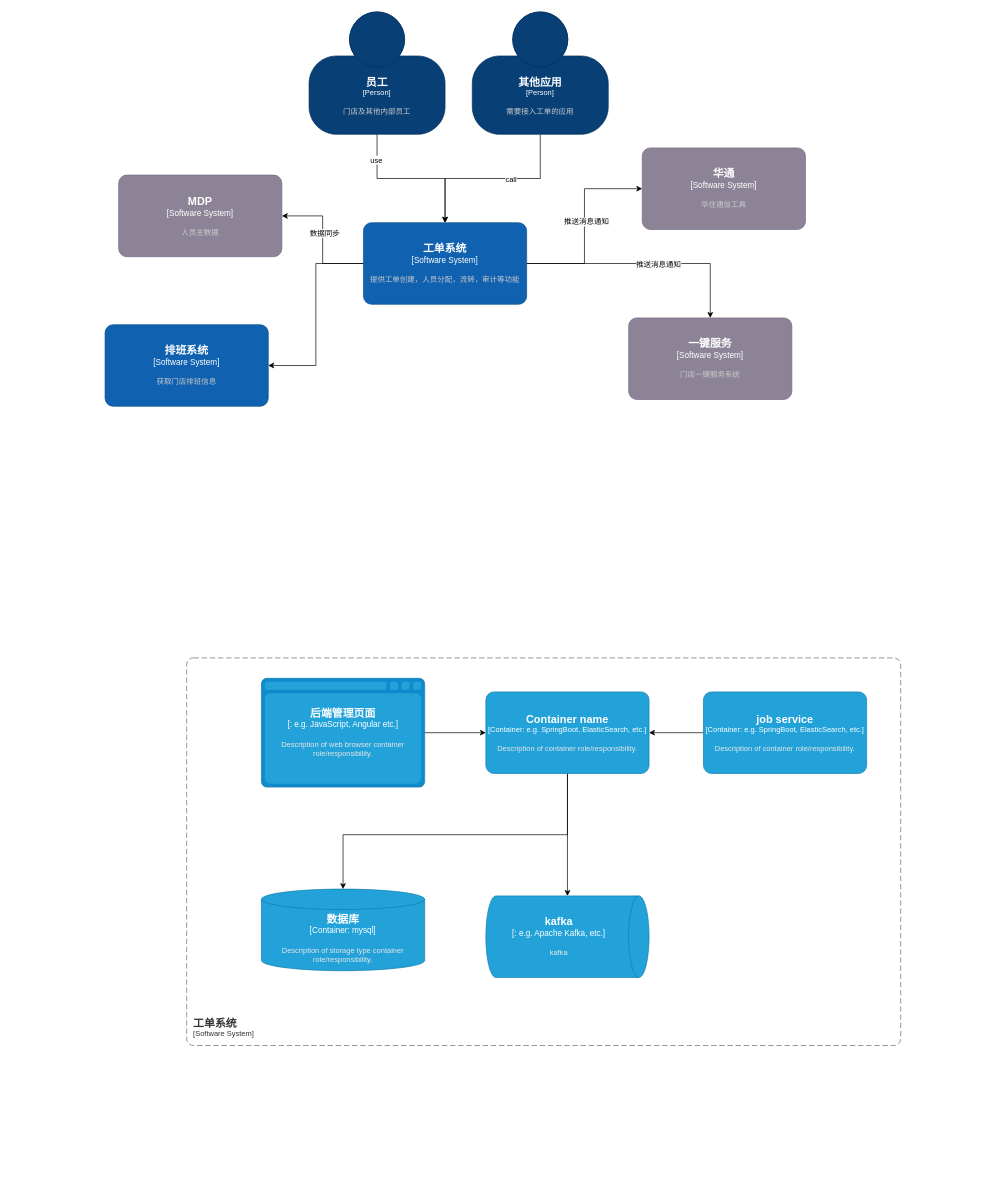
Before: 工单系统.drawio in letianyuweng/arch, a draw.io diagram. Source tidied: cells renumbered, new cells numbered last; positions are measured from the earlier drawing's top-left corner, leaving out a move shared by most shapes. Both pictures are drawn from the tidied source at 68%, with x=0, y=0 at pixel (105, 12).
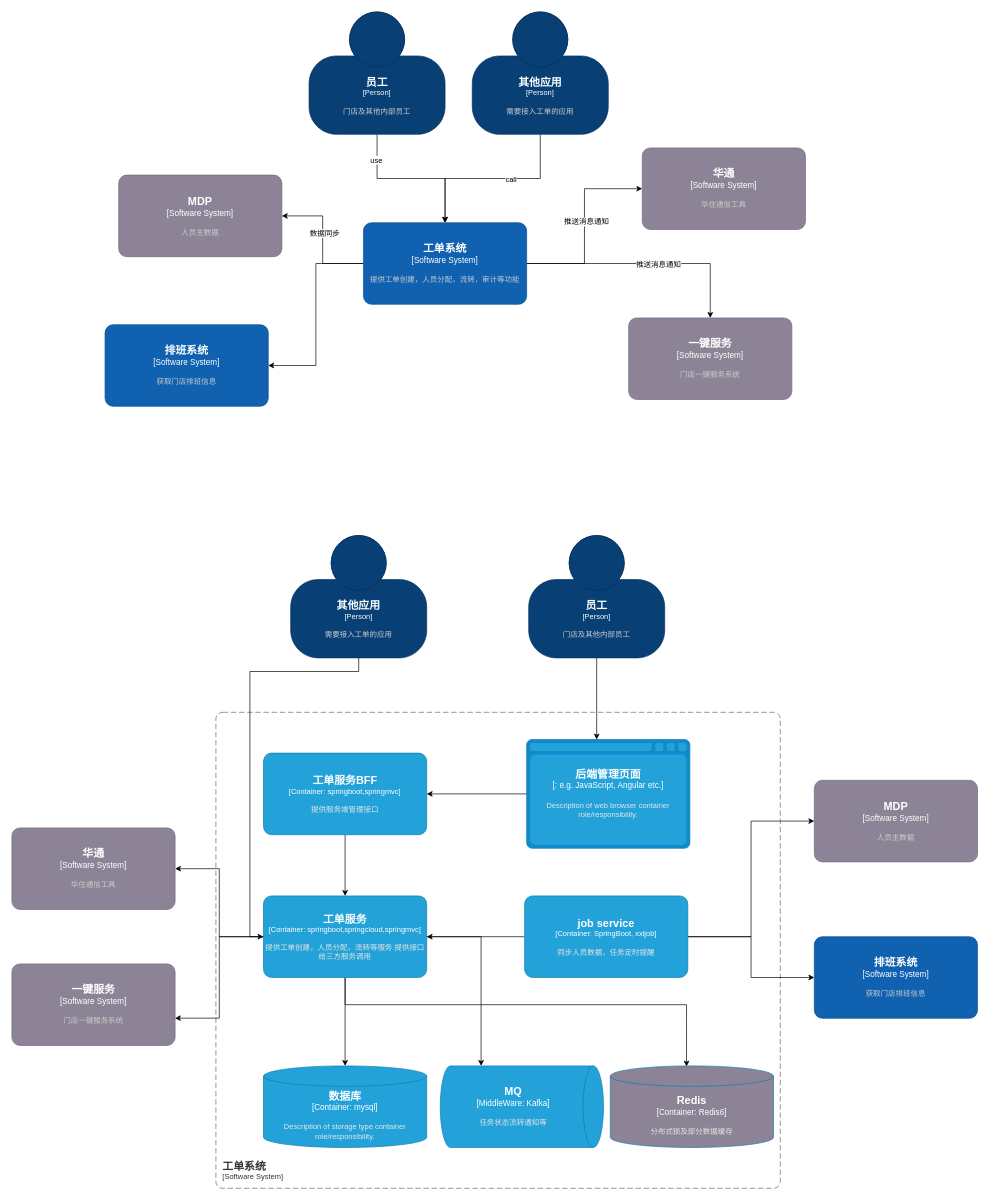
The same page after the edit.

Commit message (it also covers changes not shown here):
更新工单系统.drawio

What changed in the source:
```diff
@@
     <object id="20" label="&lt;font style=&quot;font-size: 16px&quot;&gt;&lt;b&gt;&lt;div style=&quot;text-align: left&quot;&gt;%c4Name%&lt;/div&gt;&lt;/b&gt;&lt;/font&gt;&lt;div style=&quot;text-align: left&quot;&gt;[%c4Application%]&lt;/div&gt;" c4Application="Software System" c4Name="工单系统" placeholders="1">
       <mxCell style="rounded=1;fontSize=11;whiteSpace=wrap;html=1;dashed=1;arcSize=20;fillColor=none;strokeColor=#666666;fontColor=#333333;labelBackgroundColor=none;align=left;verticalAlign=bottom;labelBorderColor=none;spacingTop=0;spacing=10;dashPattern=8 4;perimeter=rectanglePerimeter;noLabel=0;labelPadding=0;absoluteArcSize=1;" parent="1" vertex="1">
-        <mxGeometry x="120" y="950" width="1050" height="570" as="geometry" />
+        <mxGeometry x="163" y="1030" width="830" height="700" as="geometry" />
       </mxCell>
     </object>
+    <mxCell id="30" style="edgeStyle=orthogonalEdgeStyle;rounded=0;jettySize=auto;html=1;entryX=0.999;entryY=0.665;entryDx=0;entryDy=0;entryPerimeter=0;" parent="1" edge="1" source="23" target="41">
+      <mxGeometry relative="1" as="geometry" />
+    </mxCell>
+    <mxCell id="22" style="edgeStyle=orthogonalEdgeStyle;rounded=0;jettySize=auto;html=1;" parent="1" edge="1" source="23" target="24">
+      <mxGeometry relative="1" as="geometry" />
+    </mxCell>
     <mxCell id="21" style="edgeStyle=orthogonalEdgeStyle;rounded=0;jettySize=auto;html=1;" parent="1" edge="1" source="23" target="25">
-      <mxGeometry relative="1" as="geometry" />
+      <mxGeometry relative="1" as="geometry">
+        <Array as="points">
+          <mxPoint x="553" y="1360" />
+        </Array>
+      </mxGeometry>
     </mxCell>
-    <mxCell id="22" style="edgeStyle=orthogonalEdgeStyle;rounded=0;jettySize=auto;html=1;entryX=0.5;entryY=0;entryDx=0;entryDy=0;entryPerimeter=0;exitX=0.5;exitY=1;exitDx=0;exitDy=0;exitPerimeter=0;" parent="1" edge="1" source="23" target="24">
-      <mxGeometry relative="1" as="geometry">
-        <Array as="points">
-          <mxPoint x="680" y="1210" />
-          <mxPoint x="350" y="1210" />
-        </Array>
-      </mxGeometry>
-    </mxCell>
+    <mxCell id="31" style="edgeStyle=orthogonalEdgeStyle;rounded=0;jettySize=auto;html=1;entryX=1;entryY=0.5;entryDx=0;entryDy=0;entryPerimeter=0;" parent="1" edge="1" source="23" target="40">
+      <mxGeometry relative="1" as="geometry" />
+    </mxCell>
+    <mxCell id="32" style="edgeStyle=orthogonalEdgeStyle;rounded=0;jettySize=auto;html=1;entryX=0.467;entryY=0.008;entryDx=0;entryDy=0;entryPerimeter=0;" parent="1" edge="1" source="23" target="42">
+      <mxGeometry relative="1" as="geometry">
+        <Array as="points">
+          <mxPoint x="353" y="1460" />
+          <mxPoint x="855" y="1460" />
+        </Array>
+      </mxGeometry>
+    </mxCell>
-    <object id="23" label="&lt;font style=&quot;font-size: 16px&quot;&gt;&lt;b&gt;%c4Name%&lt;/b&gt;&lt;/font&gt;&lt;div&gt;[%c4Type%: %c4Technology%]&lt;/div&gt;&lt;br&gt;&lt;div&gt;&lt;font style=&quot;font-size: 11px&quot;&gt;&lt;font color=&quot;#E6E6E6&quot;&gt;%c4Description%&lt;/font&gt;&lt;/div&gt;" c4Description="Description of container role/responsibility." c4Name="Container name" c4Technology="e.g. SpringBoot, ElasticSearch, etc." c4Type="Container" placeholders="1">
+    <object id="23" label="&lt;font style=&quot;font-size: 16px&quot;&gt;&lt;b&gt;%c4Name%&lt;/b&gt;&lt;/font&gt;&lt;div&gt;[%c4Type%: %c4Technology%]&lt;/div&gt;&lt;br&gt;&lt;div&gt;&lt;font style=&quot;font-size: 11px&quot;&gt;&lt;font color=&quot;#E6E6E6&quot;&gt;%c4Description%&lt;/font&gt;&lt;/div&gt;" c4Description="提供工单创建，人员分配，流转等服务.提供接口给三方服务调用" c4Name="工单服务" c4Technology="springboot,springcloud,springmvc" c4Type="Container" placeholders="1">
       <mxCell style="rounded=1;whiteSpace=wrap;html=1;fontSize=11;labelBackgroundColor=none;fillColor=#23A2D9;fontColor=#ffffff;align=center;arcSize=10;strokeColor=#0E7DAD;points=[[0.25,0,0],[0.5,0,0],[0.75,0,0],[1,0.25,0],[1,0.5,0],[1,0.75,0],[0.75,1,0],[0.5,1,0],[0.25,1,0],[0,0.75,0],[0,0.5,0],[0,0.25,0]];" parent="1" vertex="1">
-        <mxGeometry x="560" y="1000" width="240" height="120" as="geometry" />
+        <mxGeometry x="233" y="1300" width="240" height="120" as="geometry" />
       </mxCell>
     </object>
     <object id="24" label="&lt;font style=&quot;font-size: 16px&quot;&gt;&lt;b&gt;%c4Type%&lt;/b&gt;&lt;/font&gt;&lt;div&gt;[%c4Container%:&amp;nbsp;%c4Technology%]&lt;/div&gt;&lt;br&gt;&lt;div&gt;&lt;font style=&quot;font-size: 11px&quot;&gt;&lt;font color=&quot;#E6E6E6&quot;&gt;%c4Description%&lt;/font&gt;&lt;/div&gt;" c4Container="Container" c4Description="Description of storage type container role/responsibility." c4Technology="mysql" c4Type="数据库" placeholders="1">
       <mxCell style="shape=cylinder3;size=15;whiteSpace=wrap;html=1;boundedLbl=1;rounded=0;labelBackgroundColor=none;fillColor=#23A2D9;fontSize=12;fontColor=#ffffff;align=center;strokeColor=#0E7DAD;points=[[0.5,0,0],[1,0.25,0],[1,0.5,0],[1,0.75,0],[0.5,1,0],[0,0.75,0],[0,0.5,0],[0,0.25,0]];" parent="1" vertex="1">
-        <mxGeometry x="230" y="1290" width="240" height="120" as="geometry" />
+        <mxGeometry x="233" y="1550" width="240" height="120" as="geometry" />
       </mxCell>
     </object>
-    <object id="25" label="&lt;font style=&quot;font-size: 16px&quot;&gt;&lt;b&gt;%c4Type%&lt;/b&gt;&lt;/font&gt;&lt;div&gt;[%c4Container%:&amp;nbsp;%c4Technology%]&lt;/div&gt;&lt;br&gt;&lt;div&gt;&lt;font style=&quot;font-size: 11px&quot;&gt;&lt;font color=&quot;#E6E6E6&quot;&gt;%c4Description%&lt;/font&gt;&lt;/div&gt;" c4Container="" c4Description="kafka" c4Technology="e.g. Apache Kafka, etc." c4Type="kafka" placeholders="1">
+    <object id="25" label="&lt;font style=&quot;font-size: 16px&quot;&gt;&lt;b&gt;%c4Type%&lt;/b&gt;&lt;/font&gt;&lt;div&gt;[%c4Container%:&amp;nbsp;%c4Technology%]&lt;/div&gt;&lt;br&gt;&lt;div&gt;&lt;font style=&quot;font-size: 11px&quot;&gt;&lt;font color=&quot;#E6E6E6&quot;&gt;%c4Description%&lt;/font&gt;&lt;/div&gt;" c4Container="MiddleWare" c4Description="任务状态流转通知等" c4Technology="Kafka" c4Type="MQ" placeholders="1">
       <mxCell style="shape=cylinder3;size=15;direction=south;whiteSpace=wrap;html=1;boundedLbl=1;rounded=0;labelBackgroundColor=none;fillColor=#23A2D9;fontSize=12;fontColor=#ffffff;align=center;strokeColor=#0E7DAD;points=[[0.5,0,0],[1,0.25,0],[1,0.5,0],[1,0.75,0],[0.5,1,0],[0,0.75,0],[0,0.5,0],[0,0.25,0]];" parent="1" vertex="1">
-        <mxGeometry x="560" y="1300" width="240" height="120" as="geometry" />
+        <mxGeometry x="493" y="1550" width="240" height="120" as="geometry" />
       </mxCell>
     </object>
-    <mxCell id="26" style="edgeStyle=orthogonalEdgeStyle;rounded=0;jettySize=auto;html=1;entryX=0;entryY=0.5;entryDx=0;entryDy=0;entryPerimeter=0;" parent="1" edge="1" source="27" target="23">
-      <mxGeometry relative="1" as="geometry" />
-    </mxCell>
+    <mxCell id="33" style="edgeStyle=orthogonalEdgeStyle;rounded=0;jettySize=auto;html=1;entryX=1;entryY=0.5;entryDx=0;entryDy=0;entryPerimeter=0;" parent="1" edge="1" source="27" target="38">
+      <mxGeometry relative="1" as="geometry" />
+    </mxCell>
     <object id="27" label="&lt;font style=&quot;font-size: 16px&quot;&gt;&lt;b&gt;%c4Type%&lt;/b&gt;&lt;/font&gt;&lt;div&gt;[%c4Container%:&amp;nbsp;%c4Technology%]&lt;/div&gt;&lt;br&gt;&lt;div&gt;&lt;font style=&quot;font-size: 11px&quot;&gt;&lt;font color=&quot;#E6E6E6&quot;&gt;%c4Description%&lt;/font&gt;&lt;/div&gt;" c4Container="" c4Description="Description of web browser container role/responsibility." c4Technology="e.g. JavaScript, Angular etc." c4Type="后端管理页面" placeholders="1">
       <mxCell style="shape=mxgraph.c4.webBrowserContainer2;whiteSpace=wrap;html=1;boundedLbl=1;rounded=0;labelBackgroundColor=none;strokeColor=#118ACD;fillColor=#23A2D9;strokeColor=#118ACD;strokeColor2=#0E7DAD;fontSize=12;fontColor=#ffffff;align=center;points=[[0.5,0,0],[1,0.25,0],[1,0.5,0],[1,0.75,0],[0.5,1,0],[0,0.75,0],[0,0.5,0],[0,0.25,0]];" parent="1" vertex="1">
-        <mxGeometry x="230" y="980" width="240" height="160" as="geometry" />
+        <mxGeometry x="620" y="1070" width="240" height="160" as="geometry" />
       </mxCell>
     </object>
+    <mxCell id="34" style="edgeStyle=orthogonalEdgeStyle;rounded=0;jettySize=auto;html=1;entryX=0;entryY=0.5;entryDx=0;entryDy=0;entryPerimeter=0;" parent="1" edge="1" source="29" target="36">
+      <mxGeometry relative="1" as="geometry" />
+    </mxCell>
+    <mxCell id="35" style="edgeStyle=orthogonalEdgeStyle;rounded=0;jettySize=auto;html=1;entryX=0;entryY=0.5;entryDx=0;entryDy=0;entryPerimeter=0;" parent="1" edge="1" source="29" target="39">
+      <mxGeometry relative="1" as="geometry" />
+    </mxCell>
@@
-    <object id="29" label="&lt;font style=&quot;font-size: 16px&quot;&gt;&lt;b&gt;%c4Name%&lt;/b&gt;&lt;/font&gt;&lt;div&gt;[%c4Type%: %c4Technology%]&lt;/div&gt;&lt;br&gt;&lt;div&gt;&lt;font style=&quot;font-size: 11px&quot;&gt;&lt;font color=&quot;#E6E6E6&quot;&gt;%c4Description%&lt;/font&gt;&lt;/div&gt;" c4Description="Description of container role/responsibility." c4Name="job service" c4Technology="e.g. SpringBoot, ElasticSearch, etc." c4Type="Container" placeholders="1">
+    <object id="29" label="&lt;font style=&quot;font-size: 16px&quot;&gt;&lt;b&gt;%c4Name%&lt;/b&gt;&lt;/font&gt;&lt;div&gt;[%c4Type%: %c4Technology%]&lt;/div&gt;&lt;br&gt;&lt;div&gt;&lt;font style=&quot;font-size: 11px&quot;&gt;&lt;font color=&quot;#E6E6E6&quot;&gt;%c4Description%&lt;/font&gt;&lt;/div&gt;" c4Description="同步人员数据，任务定时提醒" c4Name="job service" c4Technology="SpringBoot, xxljob" c4Type="Container" placeholders="1">
       <mxCell style="rounded=1;whiteSpace=wrap;html=1;fontSize=11;labelBackgroundColor=none;fillColor=#23A2D9;fontColor=#ffffff;align=center;arcSize=10;strokeColor=#0E7DAD;points=[[0.25,0,0],[0.5,0,0],[0.75,0,0],[1,0.25,0],[1,0.5,0],[1,0.75,0],[0.75,1,0],[0.5,1,0],[0.25,1,0],[0,0.75,0],[0,0.5,0],[0,0.25,0]];" parent="1" vertex="1">
-        <mxGeometry x="880" y="1000" width="240" height="120" as="geometry" />
+        <mxGeometry x="617" y="1300" width="240" height="120" as="geometry" />
       </mxCell>
     </object>
+    <object id="36" label="&lt;font style=&quot;font-size: 16px&quot;&gt;&lt;b&gt;%c4Name%&lt;/b&gt;&lt;/font&gt;&lt;div&gt;[%c4Type%]&lt;/div&gt;&lt;br&gt;&lt;div&gt;&lt;font style=&quot;font-size: 11px&quot;&gt;&lt;font color=&quot;#cccccc&quot;&gt;%c4Description%&lt;/font&gt;&lt;/div&gt;" c4Description="人员主数据" c4Name="MDP" c4Type="Software System" placeholders="1">
+      <mxCell style="rounded=1;whiteSpace=wrap;html=1;labelBackgroundColor=none;fillColor=#8C8496;fontColor=#ffffff;align=center;arcSize=10;strokeColor=#736782;points=[[0.25,0,0],[0.5,0,0],[0.75,0,0],[1,0.25,0],[1,0.5,0],[1,0.75,0],[0.75,1,0],[0.5,1,0],[0.25,1,0],[0,0.75,0],[0,0.5,0],[0,0.25,0]];" parent="1" vertex="1">
+        <mxGeometry x="1043" y="1130" width="240" height="120" as="geometry" />
+      </mxCell>
+    </object>
+    <mxCell id="37" style="edgeStyle=orthogonalEdgeStyle;rounded=0;jettySize=auto;html=1;entryX=0.5;entryY=0;entryDx=0;entryDy=0;entryPerimeter=0;" parent="1" edge="1" source="38" target="23">
+      <mxGeometry relative="1" as="geometry" />
+    </mxCell>
+    <object id="38" label="&lt;font style=&quot;font-size: 16px&quot;&gt;&lt;b&gt;%c4Name%&lt;/b&gt;&lt;/font&gt;&lt;div&gt;[%c4Type%: %c4Technology%]&lt;/div&gt;&lt;br&gt;&lt;div&gt;&lt;font style=&quot;font-size: 11px&quot;&gt;&lt;font color=&quot;#E6E6E6&quot;&gt;%c4Description%&lt;/font&gt;&lt;/div&gt;" c4Description="提供服务端管理接口" c4Name="工单服务BFF" c4Technology="springboot,springmvc" c4Type="Container" placeholders="1">
+      <mxCell style="rounded=1;whiteSpace=wrap;html=1;fontSize=11;labelBackgroundColor=none;fillColor=#23A2D9;fontColor=#ffffff;align=center;arcSize=10;strokeColor=#0E7DAD;points=[[0.25,0,0],[0.5,0,0],[0.75,0,0],[1,0.25,0],[1,0.5,0],[1,0.75,0],[0.75,1,0],[0.5,1,0],[0.25,1,0],[0,0.75,0],[0,0.5,0],[0,0.25,0]];" parent="1" vertex="1">
+        <mxGeometry x="233" y="1090" width="240" height="120" as="geometry" />
+      </mxCell>
+    </object>
+    <object id="39" label="&lt;font style=&quot;font-size: 16px&quot;&gt;&lt;b&gt;%c4Name%&lt;/b&gt;&lt;/font&gt;&lt;div&gt;[%c4Type%]&lt;/div&gt;&lt;br&gt;&lt;div&gt;&lt;font style=&quot;font-size: 11px&quot;&gt;&lt;font color=&quot;#cccccc&quot;&gt;%c4Description%&lt;/font&gt;&lt;/div&gt;" c4Description="获取门店排班信息" c4Name="排班系统" c4Type="Software System" placeholders="1">
+      <mxCell style="rounded=1;whiteSpace=wrap;html=1;labelBackgroundColor=none;fillColor=#1061B0;fontColor=#ffffff;align=center;arcSize=10;strokeColor=#0D5091;points=[[0.25,0,0],[0.5,0,0],[0.75,0,0],[1,0.25,0],[1,0.5,0],[1,0.75,0],[0.75,1,0],[0.5,1,0],[0.25,1,0],[0,0.75,0],[0,0.5,0],[0,0.25,0]];" parent="1" vertex="1">
+        <mxGeometry x="1043" y="1360" width="240" height="120" as="geometry" />
+      </mxCell>
+    </object>
+    <object id="40" label="&lt;font style=&quot;font-size: 16px&quot;&gt;&lt;b&gt;%c4Name%&lt;/b&gt;&lt;/font&gt;&lt;div&gt;[%c4Type%]&lt;/div&gt;&lt;br&gt;&lt;div&gt;&lt;font style=&quot;font-size: 11px&quot;&gt;&lt;font color=&quot;#cccccc&quot;&gt;%c4Description%&lt;/font&gt;&lt;/div&gt;" c4Description="华住通信工具" c4Name="华通" c4Type="Software System" placeholders="1">
+      <mxCell style="rounded=1;whiteSpace=wrap;html=1;labelBackgroundColor=none;fillColor=#8C8496;fontColor=#ffffff;align=center;arcSize=10;strokeColor=#736782;points=[[0.25,0,0],[0.5,0,0],[0.75,0,0],[1,0.25,0],[1,0.5,0],[1,0.75,0],[0.75,1,0],[0.5,1,0],[0.25,1,0],[0,0.75,0],[0,0.5,0],[0,0.25,0]];" parent="1" vertex="1">
+        <mxGeometry x="-137" y="1200" width="240" height="120" as="geometry" />
+      </mxCell>
+    </object>
+    <object id="41" label="&lt;font style=&quot;font-size: 16px&quot;&gt;&lt;b&gt;%c4Name%&lt;/b&gt;&lt;/font&gt;&lt;div&gt;[%c4Type%]&lt;/div&gt;&lt;br&gt;&lt;div&gt;&lt;font style=&quot;font-size: 11px&quot;&gt;&lt;font color=&quot;#cccccc&quot;&gt;%c4Description%&lt;/font&gt;&lt;/div&gt;" c4Description="门店一键服务系统" c4Name="一键服务" c4Type="Software System" placeholders="1">
+      <mxCell style="rounded=1;whiteSpace=wrap;html=1;labelBackgroundColor=none;fillColor=#8C8496;fontColor=#ffffff;align=center;arcSize=10;strokeColor=#736782;points=[[0.25,0,0],[0.5,0,0],[0.75,0,0],[1,0.25,0],[1,0.5,0],[1,0.75,0],[0.75,1,0],[0.5,1,0],[0.25,1,0],[0,0.75,0],[0,0.5,0],[0,0.25,0]];" parent="1" vertex="1">
+        <mxGeometry x="-137" y="1400" width="240" height="120" as="geometry" />
+      </mxCell>
+    </object>
+    <object id="42" label="&lt;font style=&quot;font-size: 16px&quot;&gt;&lt;b&gt;%c4Type%&lt;/b&gt;&lt;/font&gt;&lt;div&gt;[%c4Container%:&amp;nbsp;%c4Technology%]&lt;/div&gt;&lt;br&gt;&lt;div&gt;&lt;font style=&quot;font-size: 11px&quot;&gt;&lt;font color=&quot;#E6E6E6&quot;&gt;%c4Description%&lt;/font&gt;&lt;/div&gt;" c4Container="Container" c4Description="分布式锁及部分数据缓存" c4Technology="Redis6" c4Type="Redis" placeholders="1">
+      <mxCell style="shape=cylinder3;size=15;whiteSpace=wrap;html=1;boundedLbl=1;rounded=0;labelBackgroundColor=none;fillColor=#8C8496;fontSize=12;fontColor=#ffffff;align=center;strokeColor=#0E7DAD;points=[[0.5,0,0],[1,0.25,0],[1,0.5,0],[1,0.75,0],[0.5,1,0],[0,0.75,0],[0,0.5,0],[0,0.25,0]];" parent="1" vertex="1">
+        <mxGeometry x="743" y="1550" width="240" height="120" as="geometry" />
+      </mxCell>
+    </object>
+    <mxCell id="43" style="edgeStyle=orthogonalEdgeStyle;rounded=0;jettySize=auto;html=1;" parent="1" edge="1" source="44">
+      <mxGeometry relative="1" as="geometry">
+        <mxPoint x="723" y="1070" as="targetPoint" />
+      </mxGeometry>
+    </mxCell>
+    <object id="44" label="&lt;font style=&quot;font-size: 16px&quot;&gt;&lt;b&gt;%c4Name%&lt;/b&gt;&lt;/font&gt;&lt;div&gt;[%c4Type%]&lt;/div&gt;&lt;br&gt;&lt;div&gt;&lt;font style=&quot;font-size: 11px&quot;&gt;&lt;font color=&quot;#cccccc&quot;&gt;%c4Description%&lt;/font&gt;&lt;/div&gt;" c4Description="门店及其他内部员工" c4Name="员工" c4Type="Person" placeholders="1">
+      <mxCell style="html=1;fontSize=11;dashed=0;whiteSpace=wrap;fillColor=#083F75;strokeColor=#06315C;fontColor=#ffffff;shape=mxgraph.c4.person2;align=center;points=[[0.5,0,0],[1,0.5,0],[1,0.75,0],[0.75,1,0],[0.5,1,0],[0.25,1,0],[0,0.75,0],[0,0.5,0]];" parent="1" vertex="1">
+        <mxGeometry x="623" y="770" width="200" height="180" as="geometry" />
+      </mxCell>
+    </object>
+    <mxCell id="45" style="edgeStyle=orthogonalEdgeStyle;rounded=0;jettySize=auto;html=1;exitX=0.5;exitY=1;exitDx=0;exitDy=0;exitPerimeter=0;" parent="1" edge="1" source="46" target="23">
+      <mxGeometry relative="1" as="geometry">
+        <Array as="points">
+          <mxPoint x="373" y="970" />
+          <mxPoint x="213" y="970" />
+          <mxPoint x="213" y="1360" />
+        </Array>
+      </mxGeometry>
+    </mxCell>
+    <object id="46" label="&lt;font style=&quot;font-size: 16px&quot;&gt;&lt;b&gt;%c4Name%&lt;/b&gt;&lt;/font&gt;&lt;div&gt;[%c4Type%]&lt;/div&gt;&lt;br&gt;&lt;div&gt;&lt;font style=&quot;font-size: 11px&quot;&gt;&lt;font color=&quot;#cccccc&quot;&gt;%c4Description%&lt;/font&gt;&lt;/div&gt;" c4Description="需要接入工单的应用" c4Name="其他应用" c4Type="Person" placeholders="1">
+      <mxCell style="html=1;fontSize=11;dashed=0;whiteSpace=wrap;fillColor=#083F75;strokeColor=#06315C;fontColor=#ffffff;shape=mxgraph.c4.person2;align=center;points=[[0.5,0,0],[1,0.5,0],[1,0.75,0],[0.75,1,0],[0.5,1,0],[0.25,1,0],[0,0.75,0],[0,0.5,0]];" parent="1" vertex="1">
+        <mxGeometry x="273" y="770" width="200" height="180" as="geometry" />
+      </mxCell>
+    </object>
```
